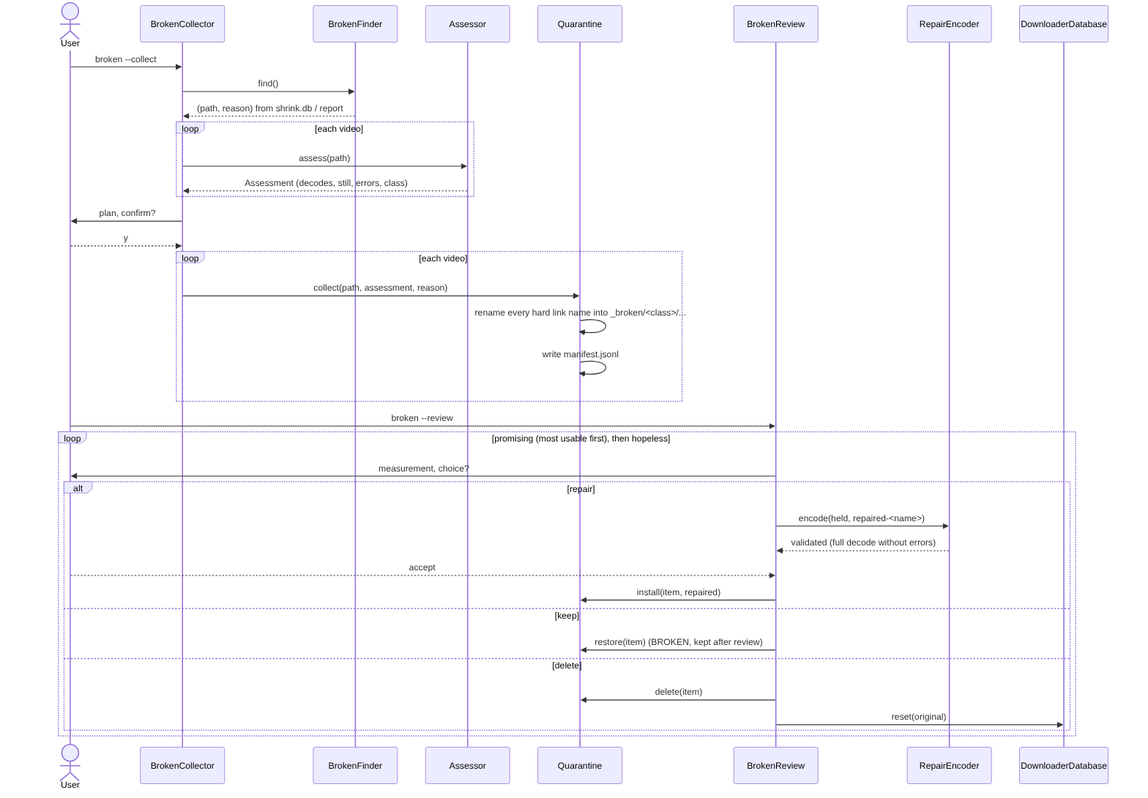
Before: docs/img/seq_broken.png, a diagram exported from Mermaid (peddanet/mediatools). Its source is kept beside it as docs/img/seq_broken.mmd. The source it was exported from:
```mermaid
sequenceDiagram
  actor U as User
  participant C as BrokenCollector
  participant F as BrokenFinder
  participant A as Assessor
  participant Q as Quarantine
  participant B as BrokenReview
  participant E as RepairEncoder
  participant D as DownloaderDatabase
  U->>C: broken --collect
  C->>F: find()
  F-->>C: (path, reason) from shrink.db / report
  loop each video
    C->>A: assess(path)
    A-->>C: Assessment (decodes, still, errors, class)
  end
  C->>U: plan, confirm?
  U-->>C: y
  loop each video
    C->>Q: collect(path, assessment, reason)
    Q->>Q: rename every hard link name into _broken/<class>/...
    Q->>Q: write manifest.jsonl
  end
  U->>B: broken --review
  loop promising (most usable first), then hopeless
    B->>U: measurement, choice?
    alt repair
      B->>E: encode(held, repaired-<name>)
      E-->>B: validated (full decode without errors)
      U-->>B: accept
      B->>Q: install(item, repaired)
    else keep
      B->>Q: restore(item) (BROKEN, kept after review)
    else delete
      B->>Q: delete(item)
      B->>D: reset(original)
    end
  end
```
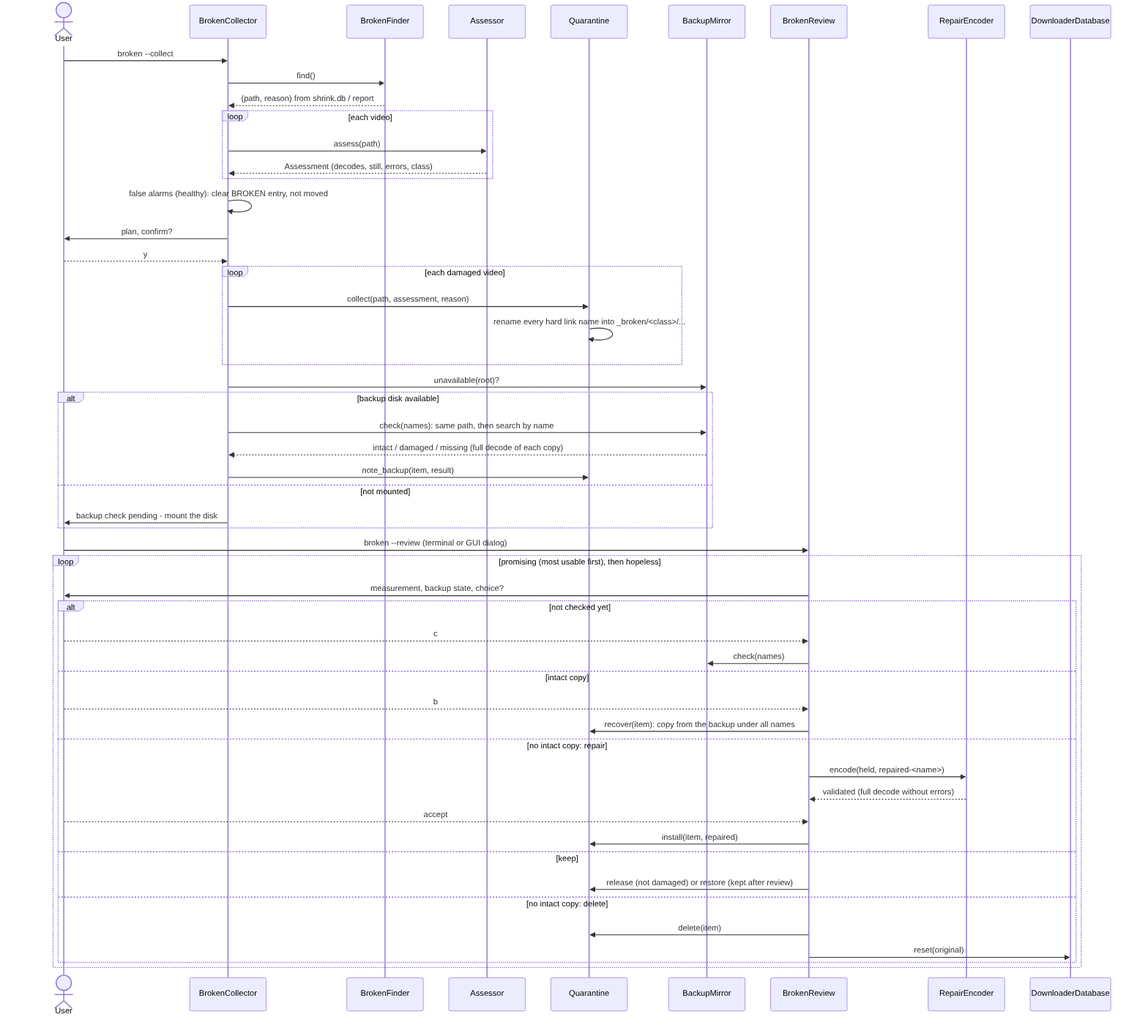
Above is the later version.

The edit, as a diff of the source:
```diff
@@ -4,6 +4,7 @@
   participant F as BrokenFinder
   participant A as Assessor
   participant Q as Quarantine
+  participant K as BackupMirror
   participant B as BrokenReview
   participant E as RepairEncoder
   participant D as DownloaderDatabase
@@ -14,24 +15,38 @@
     C->>A: assess(path)
     A-->>C: Assessment (decodes, still, errors, class)
   end
+  C->>C: false alarms (healthy): clear BROKEN entry, not moved
   C->>U: plan, confirm?
   U-->>C: y
-  loop each video
+  loop each damaged video
     C->>Q: collect(path, assessment, reason)
     Q->>Q: rename every hard link name into _broken/<class>/...
-    Q->>Q: write manifest.jsonl
   end
-  U->>B: broken --review
+  C->>K: unavailable(root)?
+  alt backup disk available
+    C->>K: check(names): same path, then search by name
+    K-->>C: intact / damaged / missing (full decode of each copy)
+    C->>Q: note_backup(item, result)
+  else not mounted
+    C->>U: backup check pending - mount the disk
+  end
+  U->>B: broken --review (terminal or GUI dialog)
   loop promising (most usable first), then hopeless
-    B->>U: measurement, choice?
-    alt repair
+    B->>U: measurement, backup state, choice?
+    alt not checked yet
+      U-->>B: c
+      B->>K: check(names)
+    else intact copy
+      U-->>B: b
+      B->>Q: recover(item): copy from the backup under all names
+    else no intact copy: repair
       B->>E: encode(held, repaired-<name>)
       E-->>B: validated (full decode without errors)
       U-->>B: accept
       B->>Q: install(item, repaired)
     else keep
-      B->>Q: restore(item) (BROKEN, kept after review)
-    else delete
+      B->>Q: release (not damaged) or restore (kept after review)
+    else no intact copy: delete
       B->>Q: delete(item)
       B->>D: reset(original)
     end
```
